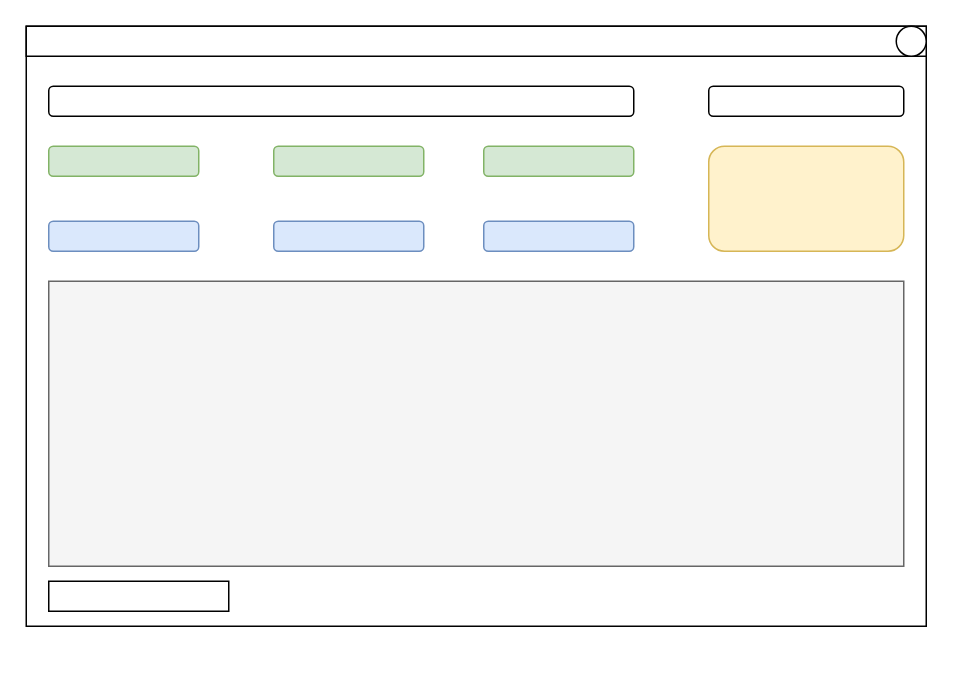
Above: DiplomaAppTemplate.drawio in Sandwich9976/API-s (draw.io), before the change. Source tidied: cells renumbered, new cells numbered last; positions are measured from the earlier drawing's top-left corner, leaving out a move shared by most shapes. Both pictures are drawn from the tidied source at 150%, with x=0, y=0 at pixel (26, 26).
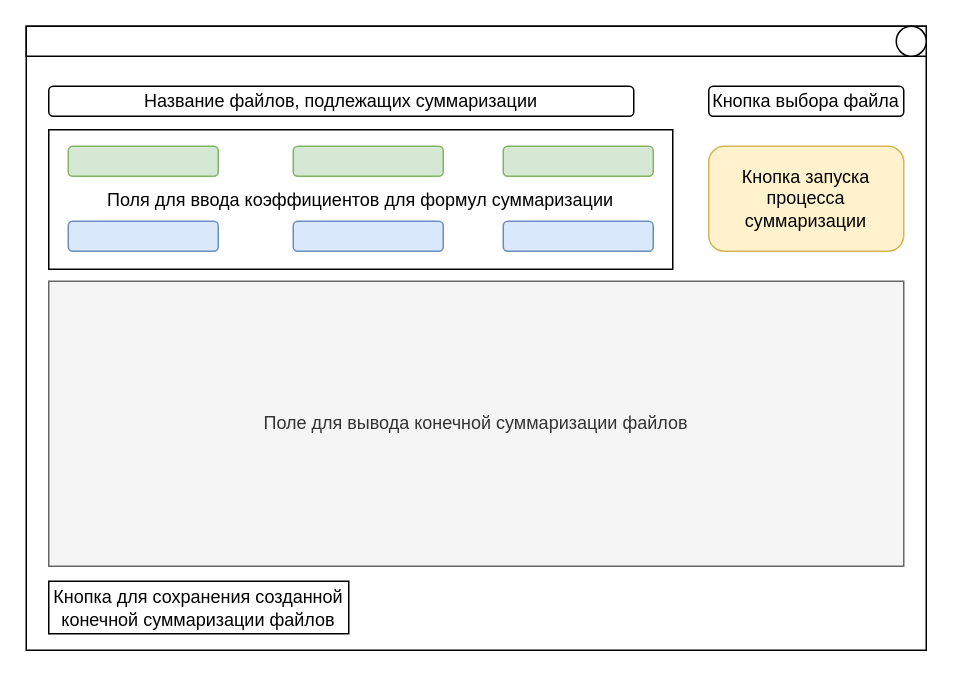
The same page after the edit.

The edit, as a diff of the source:
```diff
@@
 <mxGraphModel>
   <root>
     <mxCell id="0" />
     <mxCell id="1" parent="0" />
     <mxCell id="2" style="rounded=0;whiteSpace=wrap;html=1;" parent="1" vertex="1">
-      <mxGeometry width="600" height="400" as="geometry" />
+      <mxGeometry width="600" height="416" as="geometry" />
     </mxCell>
+    <mxCell id="16" value="Поля для ввода коэффициентов для формул суммаризации" style="rounded=0;whiteSpace=wrap;html=1;" parent="1" vertex="1">
+      <mxGeometry x="15" y="69" width="416" height="93" as="geometry" />
+    </mxCell>
     <mxCell id="3" style="rounded=1;whiteSpace=wrap;html=1;fillColor=#dae8fc;strokeColor=#6c8ebf;" parent="1" vertex="1">
-      <mxGeometry x="15" y="130" width="100" height="20" as="geometry" />
+      <mxGeometry x="28" y="130" width="100" height="20" as="geometry" />
     </mxCell>
     <mxCell id="4" style="rounded=1;whiteSpace=wrap;html=1;fillColor=#dae8fc;strokeColor=#6c8ebf;" parent="1" vertex="1">
-      <mxGeometry x="165" y="130" width="100" height="20" as="geometry" />
+      <mxGeometry x="178" y="130" width="100" height="20" as="geometry" />
     </mxCell>
     <mxCell id="5" style="rounded=1;whiteSpace=wrap;html=1;fillColor=#d5e8d4;strokeColor=#82b366;" parent="1" vertex="1">
-      <mxGeometry x="15" y="80" width="100" height="20" as="geometry" />
+      <mxGeometry x="28" y="80" width="100" height="20" as="geometry" />
     </mxCell>
     <mxCell id="6" style="rounded=1;whiteSpace=wrap;html=1;fillColor=#dae8fc;strokeColor=#6c8ebf;" parent="1" vertex="1">
-      <mxGeometry x="305" y="130" width="100" height="20" as="geometry" />
+      <mxGeometry x="318" y="130" width="100" height="20" as="geometry" />
     </mxCell>
     <mxCell id="7" style="rounded=1;whiteSpace=wrap;html=1;fillColor=#d5e8d4;strokeColor=#82b366;" parent="1" vertex="1">
-      <mxGeometry x="305" y="80" width="100" height="20" as="geometry" />
+      <mxGeometry x="318" y="80" width="100" height="20" as="geometry" />
     </mxCell>
     <mxCell id="8" style="rounded=1;whiteSpace=wrap;html=1;fillColor=#d5e8d4;strokeColor=#82b366;" parent="1" vertex="1">
-      <mxGeometry x="165" y="80" width="100" height="20" as="geometry" />
+      <mxGeometry x="178" y="80" width="100" height="20" as="geometry" />
     </mxCell>
-    <mxCell id="9" style="rounded=1;whiteSpace=wrap;html=1;" parent="1" vertex="1">
+    <mxCell id="9" value="Название файлов, подлежащих суммаризации" style="rounded=1;whiteSpace=wrap;html=1;" parent="1" vertex="1">
       <mxGeometry x="15" y="40" width="390" height="20" as="geometry" />
     </mxCell>
-    <mxCell id="10" style="rounded=1;whiteSpace=wrap;html=1;" parent="1" vertex="1">
+    <mxCell id="10" value="Кнопка выбора файла" style="rounded=1;whiteSpace=wrap;html=1;" parent="1" vertex="1">
       <mxGeometry x="455" y="40" width="130" height="20" as="geometry" />
     </mxCell>
-    <mxCell id="11" style="rounded=1;whiteSpace=wrap;html=1;fillColor=#fff2cc;strokeColor=#d6b656;" parent="1" vertex="1">
+    <mxCell id="11" value="Кнопка запуска процесса суммаризации" style="rounded=1;whiteSpace=wrap;html=1;fillColor=#fff2cc;strokeColor=#d6b656;" parent="1" vertex="1">
       <mxGeometry x="455" y="80" width="130" height="70" as="geometry" />
     </mxCell>
-    <mxCell id="12" style="rounded=0;whiteSpace=wrap;html=1;fillColor=#f5f5f5;fontColor=#333333;strokeColor=#666666;" parent="1" vertex="1">
+    <mxCell id="12" value="Поле для вывода конечной суммаризации файлов" style="rounded=0;whiteSpace=wrap;html=1;fillColor=#f5f5f5;fontColor=#333333;strokeColor=#666666;" parent="1" vertex="1">
       <mxGeometry x="15" y="170" width="570" height="190" as="geometry" />
     </mxCell>
-    <mxCell id="13" style="rounded=0;whiteSpace=wrap;html=1;" parent="1" vertex="1">
-      <mxGeometry x="15" y="370" width="120" height="20" as="geometry" />
+    <mxCell id="13" value="Кнопка для сохранения созданной конечной суммаризации файлов" style="rounded=0;whiteSpace=wrap;html=1;" parent="1" vertex="1">
+      <mxGeometry x="15" y="370" width="200" height="35" as="geometry" />
     </mxCell>
     <mxCell id="14" style="rounded=0;whiteSpace=wrap;html=1;" parent="1" vertex="1">
       <mxGeometry width="600" height="20" as="geometry" />
     </mxCell>
     <mxCell id="15" style="ellipse;whiteSpace=wrap;html=1;" parent="1" vertex="1">
       <mxGeometry x="580" width="20" height="20" as="geometry" />
     </mxCell>
   </root>
 </mxGraphModel>
```
